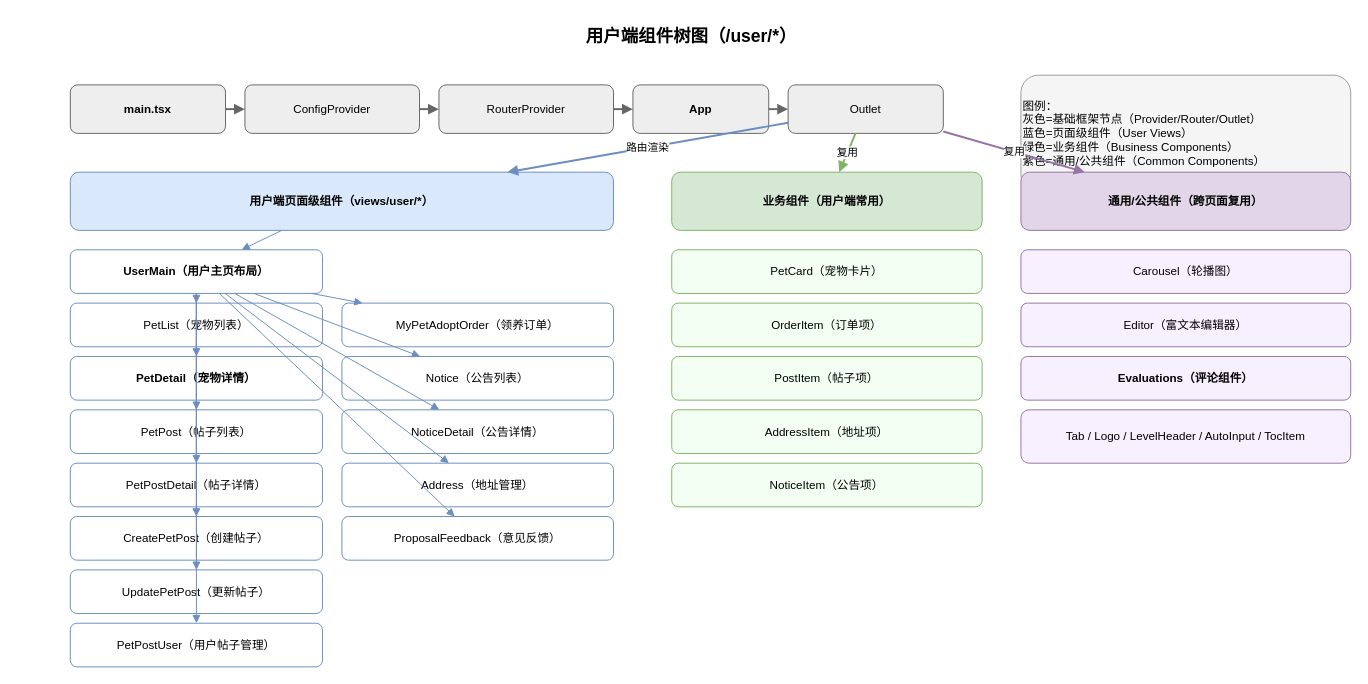
Earlier version of the draw.io diagram component-tree-user.drawio (wuan0232/test). Source tidied: cells renumbered, new cells numbered last; positions are measured from the earlier drawing's top-left corner, leaving out a move shared by most shapes. Both pictures are drawn from the tidied source at 97%, with x=0, y=0 at pixel (70, 16).
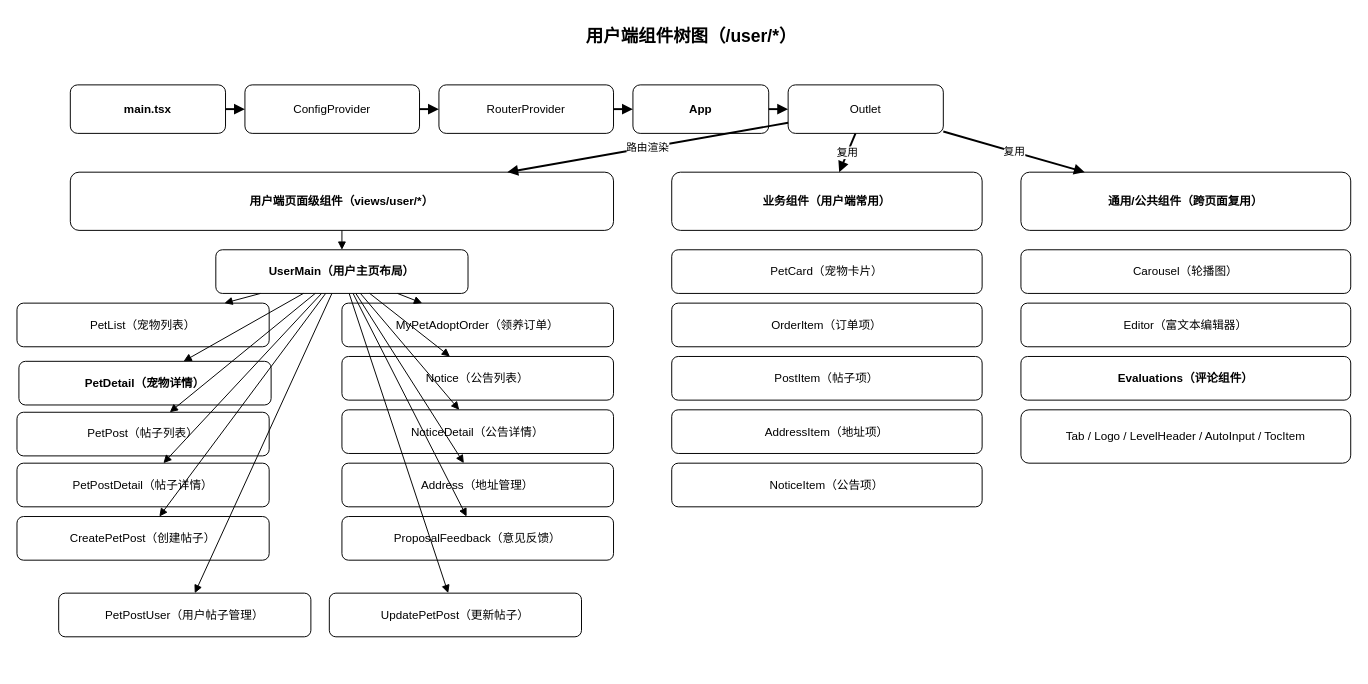
The same diagram, later.

Diff of the diagram source:
```diff
@@
-    <mxCell id="3" value="图例：&#10;灰色=基础框架节点（Provider/Router/Outlet）&#10;蓝色=页面级组件（User Views）&#10;绿色=业务组件（Business Components）&#10;紫色=通用/公共组件（Common Components）" style="rounded=1;whiteSpace=wrap;html=1;fillColor=#F5F5F5;strokeColor=#999999;fontSize=12;align=left;" parent="1" vertex="1">
-      <mxGeometry x="980" y="60" width="340" height="120" as="geometry" />
-    </mxCell>
-    <mxCell id="4" value="main.tsx" style="rounded=1;whiteSpace=wrap;html=1;fillColor=#EEEEEE;strokeColor=#666666;fontStyle=1;" parent="1" vertex="1">
+    <mxCell id="4" value="main.tsx" style="rounded=1;whiteSpace=wrap;html=1;fontStyle=1;" parent="1" vertex="1">
       <mxGeometry y="70" width="160" height="50" as="geometry" />
     </mxCell>
-    <mxCell id="5" value="ConfigProvider" style="rounded=1;whiteSpace=wrap;html=1;fillColor=#EEEEEE;strokeColor=#666666;" parent="1" vertex="1">
+    <mxCell id="5" value="ConfigProvider" style="rounded=1;whiteSpace=wrap;html=1;" parent="1" vertex="1">
       <mxGeometry x="180" y="70" width="180" height="50" as="geometry" />
     </mxCell>
-    <mxCell id="6" value="RouterProvider" style="rounded=1;whiteSpace=wrap;html=1;fillColor=#EEEEEE;strokeColor=#666666;" parent="1" vertex="1">
+    <mxCell id="6" value="RouterProvider" style="rounded=1;whiteSpace=wrap;html=1;" parent="1" vertex="1">
       <mxGeometry x="380" y="70" width="180" height="50" as="geometry" />
     </mxCell>
-    <mxCell id="7" value="App" style="rounded=1;whiteSpace=wrap;html=1;fillColor=#EEEEEE;strokeColor=#666666;fontStyle=1;" parent="1" vertex="1">
+    <mxCell id="7" value="App" style="rounded=1;whiteSpace=wrap;html=1;fontStyle=1;" parent="1" vertex="1">
       <mxGeometry x="580" y="70" width="140" height="50" as="geometry" />
     </mxCell>
-    <mxCell id="8" value="Outlet" style="rounded=1;whiteSpace=wrap;html=1;fillColor=#EEEEEE;strokeColor=#666666;" parent="1" vertex="1">
+    <mxCell id="8" value="Outlet" style="rounded=1;whiteSpace=wrap;html=1;" parent="1" vertex="1">
       <mxGeometry x="740" y="70" width="160" height="50" as="geometry" />
     </mxCell>
-    <mxCell id="9" value="用户端页面级组件（views/user/*）" style="rounded=1;whiteSpace=wrap;html=1;fillColor=#DAE8FC;strokeColor=#6C8EBF;fontStyle=1;" parent="1" vertex="1">
+    <mxCell id="9" value="用户端页面级组件（views/user/*）" style="rounded=1;whiteSpace=wrap;html=1;fontStyle=1;" parent="1" vertex="1">
       <mxGeometry y="160" width="560" height="60" as="geometry" />
     </mxCell>
-    <mxCell id="10" value="UserMain（用户主页布局）" style="rounded=1;whiteSpace=wrap;html=1;fillColor=#FFFFFF;strokeColor=#6C8EBF;fontStyle=1;" parent="1" vertex="1">
-      <mxGeometry y="240" width="260" height="45" as="geometry" />
+    <mxCell id="10" value="UserMain（用户主页布局）" style="rounded=1;whiteSpace=wrap;html=1;fontStyle=1;" parent="1" vertex="1">
+      <mxGeometry x="150" y="240" width="260" height="45" as="geometry" />
     </mxCell>
-    <mxCell id="11" value="PetList（宠物列表）" style="rounded=1;whiteSpace=wrap;html=1;fillColor=#FFFFFF;strokeColor=#6C8EBF;" parent="1" vertex="1">
-      <mxGeometry y="295" width="260" height="45" as="geometry" />
+    <mxCell id="11" value="PetList（宠物列表）" style="rounded=1;whiteSpace=wrap;html=1;" parent="1" vertex="1">
+      <mxGeometry x="-55" y="295" width="260" height="45" as="geometry" />
     </mxCell>
-    <mxCell id="12" value="PetDetail（宠物详情）" style="rounded=1;whiteSpace=wrap;html=1;fillColor=#FFFFFF;strokeColor=#6C8EBF;fontStyle=1;" parent="1" vertex="1">
-      <mxGeometry y="350" width="260" height="45" as="geometry" />
+    <mxCell id="12" value="PetDetail（宠物详情）" style="rounded=1;whiteSpace=wrap;html=1;fontStyle=1;" parent="1" vertex="1">
+      <mxGeometry x="-53" y="355" width="260" height="45" as="geometry" />
     </mxCell>
-    <mxCell id="13" value="PetPost（帖子列表）" style="rounded=1;whiteSpace=wrap;html=1;fillColor=#FFFFFF;strokeColor=#6C8EBF;" parent="1" vertex="1">
-      <mxGeometry y="405" width="260" height="45" as="geometry" />
+    <mxCell id="13" value="PetPost（帖子列表）" style="rounded=1;whiteSpace=wrap;html=1;" parent="1" vertex="1">
+      <mxGeometry x="-55" y="407.5" width="260" height="45" as="geometry" />
     </mxCell>
-    <mxCell id="14" value="PetPostDetail（帖子详情）" style="rounded=1;whiteSpace=wrap;html=1;fillColor=#FFFFFF;strokeColor=#6C8EBF;" parent="1" vertex="1">
-      <mxGeometry y="460" width="260" height="45" as="geometry" />
+    <mxCell id="14" value="PetPostDetail（帖子详情）" style="rounded=1;whiteSpace=wrap;html=1;" parent="1" vertex="1">
+      <mxGeometry x="-55" y="460" width="260" height="45" as="geometry" />
     </mxCell>
-    <mxCell id="15" value="CreatePetPost（创建帖子）" style="rounded=1;whiteSpace=wrap;html=1;fillColor=#FFFFFF;strokeColor=#6C8EBF;" parent="1" vertex="1">
-      <mxGeometry y="515" width="260" height="45" as="geometry" />
+    <mxCell id="15" value="CreatePetPost（创建帖子）" style="rounded=1;whiteSpace=wrap;html=1;" parent="1" vertex="1">
+      <mxGeometry x="-55" y="515" width="260" height="45" as="geometry" />
     </mxCell>
-    <mxCell id="16" value="UpdatePetPost（更新帖子）" style="rounded=1;whiteSpace=wrap;html=1;fillColor=#FFFFFF;strokeColor=#6C8EBF;" parent="1" vertex="1">
-      <mxGeometry y="570" width="260" height="45" as="geometry" />
+    <mxCell id="16" value="UpdatePetPost（更新帖子）" style="rounded=1;whiteSpace=wrap;html=1;" parent="1" vertex="1">
+      <mxGeometry x="267" y="594" width="260" height="45" as="geometry" />
     </mxCell>
-    <mxCell id="17" value="PetPostUser（用户帖子管理）" style="rounded=1;whiteSpace=wrap;html=1;fillColor=#FFFFFF;strokeColor=#6C8EBF;" parent="1" vertex="1">
-      <mxGeometry y="625" width="260" height="45" as="geometry" />
+    <mxCell id="17" value="PetPostUser（用户帖子管理）" style="rounded=1;whiteSpace=wrap;html=1;" parent="1" vertex="1">
+      <mxGeometry x="-12" y="594" width="260" height="45" as="geometry" />
     </mxCell>
-    <mxCell id="18" value="MyPetAdoptOrder（领养订单）" style="rounded=1;whiteSpace=wrap;html=1;fillColor=#FFFFFF;strokeColor=#6C8EBF;" parent="1" vertex="1">
+    <mxCell id="18" value="MyPetAdoptOrder（领养订单）" style="rounded=1;whiteSpace=wrap;html=1;" parent="1" vertex="1">
       <mxGeometry x="280" y="295" width="280" height="45" as="geometry" />
     </mxCell>
-    <mxCell id="19" value="Notice（公告列表）" style="rounded=1;whiteSpace=wrap;html=1;fillColor=#FFFFFF;strokeColor=#6C8EBF;" parent="1" vertex="1">
+    <mxCell id="19" value="Notice（公告列表）" style="rounded=1;whiteSpace=wrap;html=1;" parent="1" vertex="1">
       <mxGeometry x="280" y="350" width="280" height="45" as="geometry" />
     </mxCell>
-    <mxCell id="20" value="NoticeDetail（公告详情）" style="rounded=1;whiteSpace=wrap;html=1;fillColor=#FFFFFF;strokeColor=#6C8EBF;" parent="1" vertex="1">
+    <mxCell id="20" value="NoticeDetail（公告详情）" style="rounded=1;whiteSpace=wrap;html=1;" parent="1" vertex="1">
       <mxGeometry x="280" y="405" width="280" height="45" as="geometry" />
     </mxCell>
-    <mxCell id="21" value="Address（地址管理）" style="rounded=1;whiteSpace=wrap;html=1;fillColor=#FFFFFF;strokeColor=#6C8EBF;" parent="1" vertex="1">
+    <mxCell id="21" value="Address（地址管理）" style="rounded=1;whiteSpace=wrap;html=1;" parent="1" vertex="1">
       <mxGeometry x="280" y="460" width="280" height="45" as="geometry" />
     </mxCell>
-    <mxCell id="22" value="ProposalFeedback（意见反馈）" style="rounded=1;whiteSpace=wrap;html=1;fillColor=#FFFFFF;strokeColor=#6C8EBF;" parent="1" vertex="1">
+    <mxCell id="22" value="ProposalFeedback（意见反馈）" style="rounded=1;whiteSpace=wrap;html=1;" parent="1" vertex="1">
       <mxGeometry x="280" y="515" width="280" height="45" as="geometry" />
     </mxCell>
-    <mxCell id="23" value="业务组件（用户端常用）" style="rounded=1;whiteSpace=wrap;html=1;fillColor=#D5E8D4;strokeColor=#82B366;fontStyle=1;" parent="1" vertex="1">
+    <mxCell id="23" value="业务组件（用户端常用）" style="rounded=1;whiteSpace=wrap;html=1;fontStyle=1;" parent="1" vertex="1">
       <mxGeometry x="620" y="160" width="320" height="60" as="geometry" />
     </mxCell>
-    <mxCell id="24" value="PetCard（宠物卡片）" style="rounded=1;whiteSpace=wrap;html=1;fillColor=#F3FFF3;strokeColor=#82B366;" parent="1" vertex="1">
+    <mxCell id="24" value="PetCard（宠物卡片）" style="rounded=1;whiteSpace=wrap;html=1;" parent="1" vertex="1">
       <mxGeometry x="620" y="240" width="320" height="45" as="geometry" />
     </mxCell>
-    <mxCell id="25" value="OrderItem（订单项）" style="rounded=1;whiteSpace=wrap;html=1;fillColor=#F3FFF3;strokeColor=#82B366;" parent="1" vertex="1">
+    <mxCell id="25" value="OrderItem（订单项）" style="rounded=1;whiteSpace=wrap;html=1;" parent="1" vertex="1">
       <mxGeometry x="620" y="295" width="320" height="45" as="geometry" />
     </mxCell>
-    <mxCell id="26" value="PostItem（帖子项）" style="rounded=1;whiteSpace=wrap;html=1;fillColor=#F3FFF3;strokeColor=#82B366;" parent="1" vertex="1">
+    <mxCell id="26" value="PostItem（帖子项）" style="rounded=1;whiteSpace=wrap;html=1;" parent="1" vertex="1">
       <mxGeometry x="620" y="350" width="320" height="45" as="geometry" />
     </mxCell>
-    <mxCell id="27" value="AddressItem（地址项）" style="rounded=1;whiteSpace=wrap;html=1;fillColor=#F3FFF3;strokeColor=#82B366;" parent="1" vertex="1">
+    <mxCell id="27" value="AddressItem（地址项）" style="rounded=1;whiteSpace=wrap;html=1;" parent="1" vertex="1">
       <mxGeometry x="620" y="405" width="320" height="45" as="geometry" />
     </mxCell>
-    <mxCell id="28" value="NoticeItem（公告项）" style="rounded=1;whiteSpace=wrap;html=1;fillColor=#F3FFF3;strokeColor=#82B366;" parent="1" vertex="1">
+    <mxCell id="28" value="NoticeItem（公告项）" style="rounded=1;whiteSpace=wrap;html=1;" parent="1" vertex="1">
       <mxGeometry x="620" y="460" width="320" height="45" as="geometry" />
     </mxCell>
-    <mxCell id="29" value="通用/公共组件（跨页面复用）" style="rounded=1;whiteSpace=wrap;html=1;fillColor=#E1D5E7;strokeColor=#9673A6;fontStyle=1;" parent="1" vertex="1">
+    <mxCell id="29" value="通用/公共组件（跨页面复用）" style="rounded=1;whiteSpace=wrap;html=1;fontStyle=1;" parent="1" vertex="1">
       <mxGeometry x="980" y="160" width="340" height="60" as="geometry" />
     </mxCell>
-    <mxCell id="30" value="Carousel（轮播图）" style="rounded=1;whiteSpace=wrap;html=1;fillColor=#F7F0FF;strokeColor=#9673A6;" parent="1" vertex="1">
+    <mxCell id="30" value="Carousel（轮播图）" style="rounded=1;whiteSpace=wrap;html=1;" parent="1" vertex="1">
       <mxGeometry x="980" y="240" width="340" height="45" as="geometry" />
     </mxCell>
-    <mxCell id="31" value="Editor（富文本编辑器）" style="rounded=1;whiteSpace=wrap;html=1;fillColor=#F7F0FF;strokeColor=#9673A6;" parent="1" vertex="1">
+    <mxCell id="31" value="Editor（富文本编辑器）" style="rounded=1;whiteSpace=wrap;html=1;" parent="1" vertex="1">
       <mxGeometry x="980" y="295" width="340" height="45" as="geometry" />
     </mxCell>
-    <mxCell id="32" value="Evaluations（评论组件）" style="rounded=1;whiteSpace=wrap;html=1;fillColor=#F7F0FF;strokeColor=#9673A6;fontStyle=1;" parent="1" vertex="1">
+    <mxCell id="32" value="Evaluations（评论组件）" style="rounded=1;whiteSpace=wrap;html=1;fontStyle=1;" parent="1" vertex="1">
       <mxGeometry x="980" y="350" width="340" height="45" as="geometry" />
     </mxCell>
-    <mxCell id="33" value="Tab / Logo / LevelHeader / AutoInput / TocItem" style="rounded=1;whiteSpace=wrap;html=1;fillColor=#F7F0FF;strokeColor=#9673A6;" parent="1" vertex="1">
+    <mxCell id="33" value="Tab / Logo / LevelHeader / AutoInput / TocItem" style="rounded=1;whiteSpace=wrap;html=1;" parent="1" vertex="1">
       <mxGeometry x="980" y="405" width="340" height="55" as="geometry" />
     </mxCell>
-    <mxCell id="34" style="endArrow=block;html=1;strokeWidth=2;strokeColor=#666666;" parent="1" edge="1" source="4" target="5">
+    <mxCell id="34" style="endArrow=block;html=1;strokeWidth=2;" parent="1" edge="1" source="4" target="5">
       <mxGeometry relative="1" as="geometry" />
     </mxCell>
-    <mxCell id="35" style="endArrow=block;html=1;strokeWidth=2;strokeColor=#666666;" parent="1" edge="1" source="5" target="6">
+    <mxCell id="35" style="endArrow=block;html=1;strokeWidth=2;" parent="1" edge="1" source="5" target="6">
       <mxGeometry relative="1" as="geometry" />
     </mxCell>
-    <mxCell id="36" style="endArrow=block;html=1;strokeWidth=2;strokeColor=#666666;" parent="1" edge="1" source="6" target="7">
+    <mxCell id="36" style="endArrow=block;html=1;strokeWidth=2;" parent="1" edge="1" source="6" target="7">
       <mxGeometry relative="1" as="geometry" />
     </mxCell>
-    <mxCell id="37" style="endArrow=block;html=1;strokeWidth=2;strokeColor=#666666;" parent="1" edge="1" source="7" target="8">
+    <mxCell id="37" style="endArrow=block;html=1;strokeWidth=2;" parent="1" edge="1" source="7" target="8">
       <mxGeometry relative="1" as="geometry" />
     </mxCell>
-    <mxCell id="38" value="路由渲染" style="endArrow=block;html=1;strokeWidth=2;strokeColor=#6C8EBF;" parent="1" edge="1" source="8" target="9">
+    <mxCell id="38" value="路由渲染" style="endArrow=block;html=1;strokeWidth=2;" parent="1" edge="1" source="8" target="9">
       <mxGeometry relative="1" as="geometry" />
     </mxCell>
-    <mxCell id="39" value="复用" style="endArrow=block;html=1;strokeWidth=2;strokeColor=#82B366;" parent="1" edge="1" source="8" target="23">
+    <mxCell id="39" value="复用" style="endArrow=block;html=1;strokeWidth=2;" parent="1" edge="1" source="8" target="23">
       <mxGeometry relative="1" as="geometry" />
     </mxCell>
-    <mxCell id="40" value="复用" style="endArrow=block;html=1;strokeWidth=2;strokeColor=#9673A6;" parent="1" edge="1" source="8" target="29">
+    <mxCell id="40" value="复用" style="endArrow=block;html=1;strokeWidth=2;" parent="1" edge="1" source="8" target="29">
       <mxGeometry relative="1" as="geometry" />
     </mxCell>
-    <mxCell id="41" style="endArrow=block;html=1;strokeColor=#6C8EBF;" parent="1" edge="1" source="9" target="10">
+    <mxCell id="41" style="endArrow=block;html=1;" parent="1" edge="1" source="9" target="10">
       <mxGeometry relative="1" as="geometry" />
     </mxCell>
-    <mxCell id="42" style="endArrow=block;html=1;strokeColor=#6C8EBF;" parent="1" edge="1" source="10" target="11">
+    <mxCell id="42" style="endArrow=block;html=1;" parent="1" edge="1" source="10" target="11">
       <mxGeometry relative="1" as="geometry" />
     </mxCell>
-    <mxCell id="43" style="endArrow=block;html=1;strokeColor=#6C8EBF;" parent="1" edge="1" source="10" target="12">
+    <mxCell id="43" style="endArrow=block;html=1;" parent="1" edge="1" source="10" target="12">
       <mxGeometry relative="1" as="geometry" />
     </mxCell>
-    <mxCell id="44" style="endArrow=block;html=1;strokeColor=#6C8EBF;" parent="1" edge="1" source="10" target="13">
+    <mxCell id="44" style="endArrow=block;html=1;" parent="1" edge="1" source="10" target="13">
       <mxGeometry relative="1" as="geometry" />
     </mxCell>
-    <mxCell id="45" style="endArrow=block;html=1;strokeColor=#6C8EBF;" parent="1" edge="1" source="10" target="14">
+    <mxCell id="45" style="endArrow=block;html=1;" parent="1" edge="1" source="10" target="14">
       <mxGeometry relative="1" as="geometry" />
     </mxCell>
-    <mxCell id="46" style="endArrow=block;html=1;strokeColor=#6C8EBF;" parent="1" edge="1" source="10" target="15">
+    <mxCell id="46" style="endArrow=block;html=1;" parent="1" edge="1" source="10" target="15">
       <mxGeometry relative="1" as="geometry" />
     </mxCell>
-    <mxCell id="47" style="endArrow=block;html=1;strokeColor=#6C8EBF;" parent="1" edge="1" source="10" target="16">
+    <mxCell id="47" style="endArrow=block;html=1;" parent="1" edge="1" source="10" target="16">
       <mxGeometry relative="1" as="geometry" />
     </mxCell>
-    <mxCell id="48" style="endArrow=block;html=1;strokeColor=#6C8EBF;" parent="1" edge="1" source="10" target="17">
+    <mxCell id="48" style="endArrow=block;html=1;" parent="1" edge="1" source="10" target="17">
       <mxGeometry relative="1" as="geometry" />
     </mxCell>
-    <mxCell id="49" style="endArrow=block;html=1;strokeColor=#6C8EBF;" parent="1" edge="1" source="10" target="18">
+    <mxCell id="49" style="endArrow=block;html=1;" parent="1" edge="1" source="10" target="18">
       <mxGeometry relative="1" as="geometry" />
     </mxCell>
-    <mxCell id="50" style="endArrow=block;html=1;strokeColor=#6C8EBF;" parent="1" edge="1" source="10" target="19">
+    <mxCell id="50" style="endArrow=block;html=1;" parent="1" edge="1" source="10" target="19">
       <mxGeometry relative="1" as="geometry" />
     </mxCell>
-    <mxCell id="51" style="endArrow=block;html=1;strokeColor=#6C8EBF;" parent="1" edge="1" source="10" target="20">
+    <mxCell id="51" style="endArrow=block;html=1;" parent="1" edge="1" source="10" target="20">
       <mxGeometry relative="1" as="geometry" />
     </mxCell>
-    <mxCell id="52" style="endArrow=block;html=1;strokeColor=#6C8EBF;" parent="1" edge="1" source="10" target="21">
+    <mxCell id="52" style="endArrow=block;html=1;" parent="1" edge="1" source="10" target="21">
       <mxGeometry relative="1" as="geometry" />
     </mxCell>
-    <mxCell id="53" style="endArrow=block;html=1;strokeColor=#6C8EBF;" parent="1" edge="1" source="10" target="22">
+    <mxCell id="53" style="endArrow=block;html=1;" parent="1" edge="1" source="10" target="22">
       <mxGeometry relative="1" as="geometry" />
     </mxCell>
```
